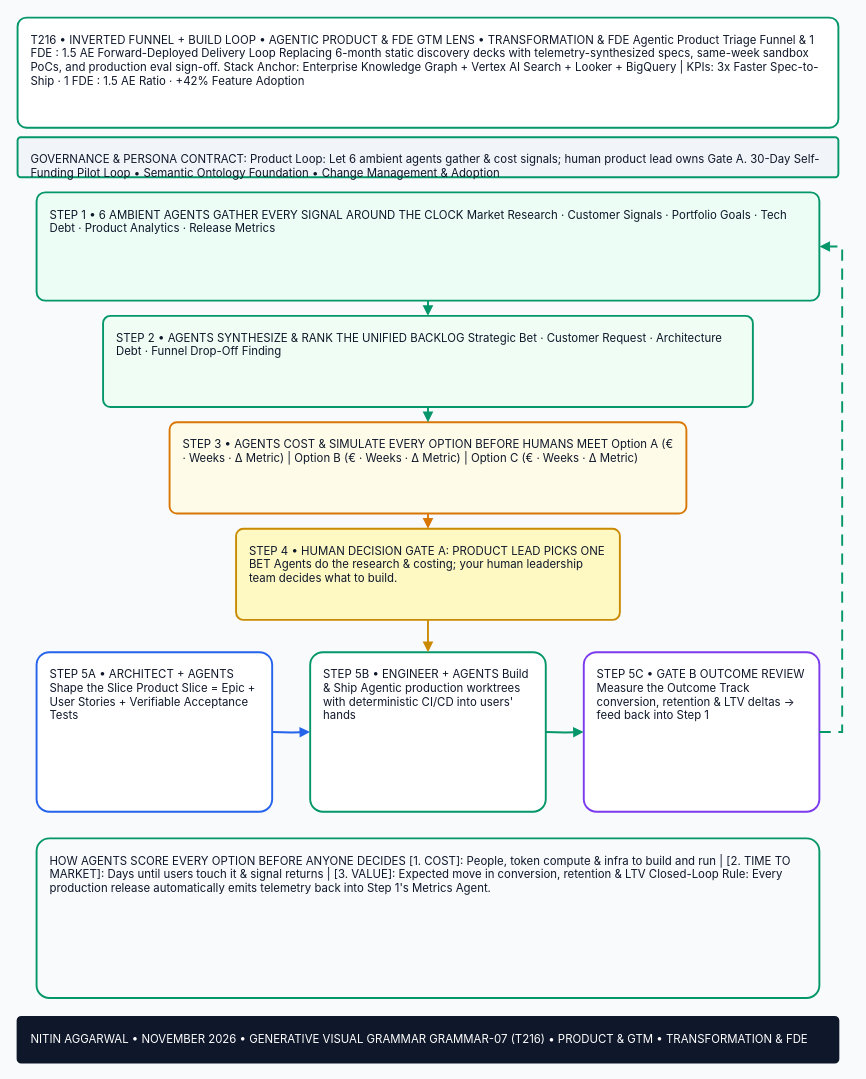
nitinaggarwal-12/ideas-mining keeps this draw.io diagram as assets/template-gallery/custom_generated/gap-cell-04.drawio. Above is the earlier version. Source tidied: cells renumbered, new cells numbered last; positions are measured from the earlier drawing's top-left corner, leaving out a move shared by most shapes. Both pictures are drawn from the tidied source at 95%, with x=0, y=0 at pixel (17, 17).
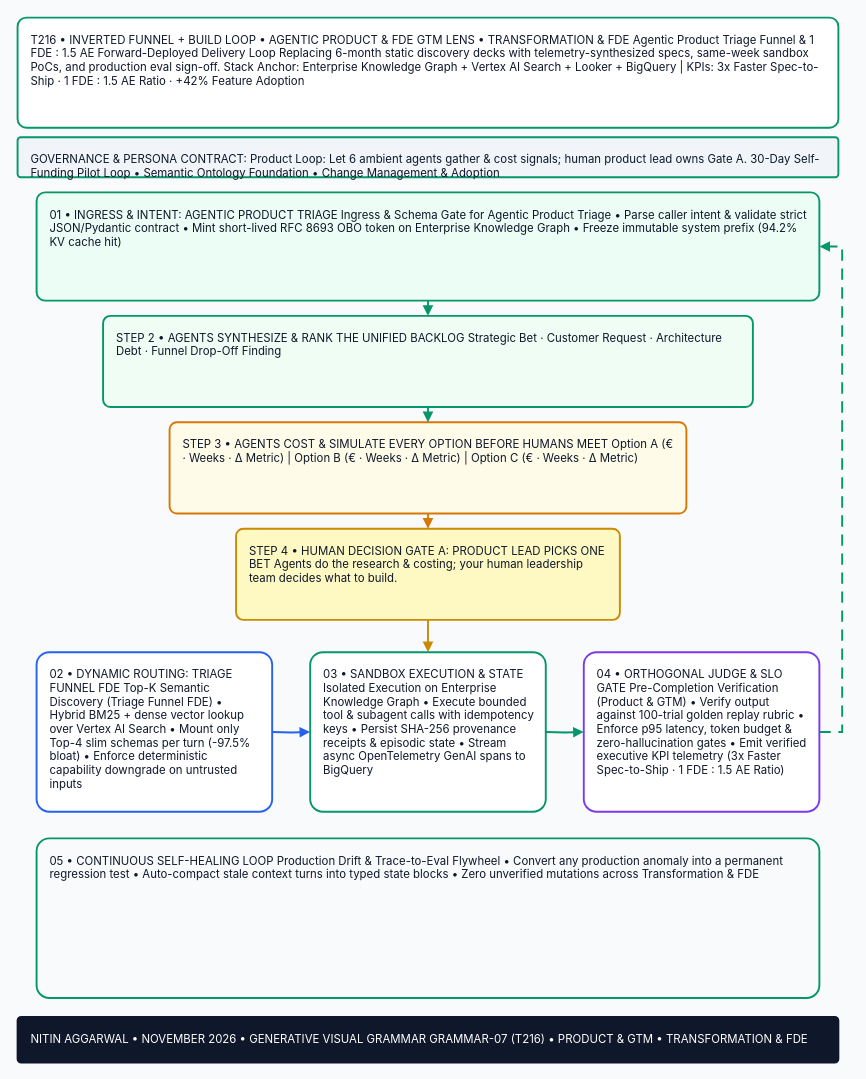
The same page after the edit.

Change to the diagram source:
```diff
@@
-    <mxCell id="4" value="STEP 1 • 6 AMBIENT AGENTS GATHER EVERY SIGNAL AROUND THE CLOCK Market Research · Customer Signals · Portfolio Goals · Tech Debt · Product Analytics · Release Metrics" style="rounded=1;whiteSpace=wrap;html=1;arcSize=8;fillColor=#ECFDF5;strokeColor=#059669;strokeWidth=2;fontColor=#0F172A;fontFamily=Inter,Helvetica,Arial,sans-serif;fontSize=12;align=left;verticalAlign=top;spacingLeft=12;spacingRight=12;spacingTop=10;spacingBottom=10;" parent="1" vertex="1">
+    <mxCell id="4" value="01 • INGRESS &amp; INTENT: AGENTIC PRODUCT TRIAGE Ingress &amp; Schema Gate for Agentic Product Triage • Parse caller intent &amp; validate strict JSON/Pydantic contract • Mint short-lived RFC 8693 OBO token on Enterprise Knowledge Graph • Freeze immutable system prefix (94.2% KV cache hit)" style="rounded=1;whiteSpace=wrap;html=1;arcSize=8;fillColor=#ECFDF5;strokeColor=#059669;strokeWidth=2;fontColor=#0F172A;fontFamily=Inter,Helvetica,Arial,sans-serif;fontSize=12;align=left;verticalAlign=top;spacingLeft=12;spacingRight=12;spacingTop=10;spacingBottom=10;" parent="1" vertex="1">
       <mxGeometry x="20" y="184" width="824" height="114" as="geometry" />
     </mxCell>
@@
-    <mxCell id="8" value="STEP 5A • ARCHITECT + AGENTS Shape the Slice Product Slice = Epic + User Stories + Verifiable Acceptance Tests" style="rounded=1;whiteSpace=wrap;html=1;arcSize=8;fillColor=#FFFFFF;strokeColor=#2563EB;strokeWidth=2;fontColor=#0F172A;fontFamily=Inter,Helvetica,Arial,sans-serif;fontSize=12;align=left;verticalAlign=top;spacingLeft=12;spacingRight=12;spacingTop=10;spacingBottom=10;" parent="1" vertex="1">
+    <mxCell id="8" value="02 • DYNAMIC ROUTING: TRIAGE FUNNEL FDE Top-K Semantic Discovery (Triage Funnel FDE) • Hybrid BM25 + dense vector lookup over Vertex AI Search • Mount only Top-4 slim schemas per turn (-97.5% bloat) • Enforce deterministic capability downgrade on untrusted inputs" style="rounded=1;whiteSpace=wrap;html=1;arcSize=8;fillColor=#FFFFFF;strokeColor=#2563EB;strokeWidth=2;fontColor=#0F172A;fontFamily=Inter,Helvetica,Arial,sans-serif;fontSize=12;align=left;verticalAlign=top;spacingLeft=12;spacingRight=12;spacingTop=10;spacingBottom=10;" parent="1" vertex="1">
       <mxGeometry x="20" y="668" width="248" height="168" as="geometry" />
     </mxCell>
-    <mxCell id="9" value="STEP 5B • ENGINEER + AGENTS Build &amp; Ship Agentic production worktrees with deterministic CI/CD into users' hands" style="rounded=1;whiteSpace=wrap;html=1;arcSize=8;fillColor=#FFFFFF;strokeColor=#059669;strokeWidth=2;fontColor=#0F172A;fontFamily=Inter,Helvetica,Arial,sans-serif;fontSize=12;align=left;verticalAlign=top;spacingLeft=12;spacingRight=12;spacingTop=10;spacingBottom=10;" parent="1" vertex="1">
+    <mxCell id="9" value="03 • SANDBOX EXECUTION &amp; STATE Isolated Execution on Enterprise Knowledge Graph • Execute bounded tool &amp; subagent calls with idempotency keys • Persist SHA-256 provenance receipts &amp; episodic state • Stream async OpenTelemetry GenAI spans to BigQuery" style="rounded=1;whiteSpace=wrap;html=1;arcSize=8;fillColor=#FFFFFF;strokeColor=#059669;strokeWidth=2;fontColor=#0F172A;fontFamily=Inter,Helvetica,Arial,sans-serif;fontSize=12;align=left;verticalAlign=top;spacingLeft=12;spacingRight=12;spacingTop=10;spacingBottom=10;" parent="1" vertex="1">
       <mxGeometry x="308" y="668" width="248" height="168" as="geometry" />
     </mxCell>
-    <mxCell id="10" value="STEP 5C • GATE B OUTCOME REVIEW Measure the Outcome Track conversion, retention &amp; LTV deltas -&gt; feed back into Step 1" style="rounded=1;whiteSpace=wrap;html=1;arcSize=8;fillColor=#FFFFFF;strokeColor=#7C3AED;strokeWidth=2;fontColor=#0F172A;fontFamily=Inter,Helvetica,Arial,sans-serif;fontSize=12;align=left;verticalAlign=top;spacingLeft=12;spacingRight=12;spacingTop=10;spacingBottom=10;" parent="1" vertex="1">
+    <mxCell id="10" value="04 • ORTHOGONAL JUDGE &amp; SLO GATE Pre-Completion Verification (Product &amp; GTM) • Verify output against 100-trial golden replay rubric • Enforce p95 latency, token budget &amp; zero-hallucination gates • Emit verified executive KPI telemetry (3x Faster Spec-to-Ship · 1 FDE : 1.5 AE Ratio)" style="rounded=1;whiteSpace=wrap;html=1;arcSize=8;fillColor=#FFFFFF;strokeColor=#7C3AED;strokeWidth=2;fontColor=#0F172A;fontFamily=Inter,Helvetica,Arial,sans-serif;fontSize=12;align=left;verticalAlign=top;spacingLeft=12;spacingRight=12;spacingTop=10;spacingBottom=10;" parent="1" vertex="1">
       <mxGeometry x="596" y="668" width="248" height="168" as="geometry" />
     </mxCell>
-    <mxCell id="11" value="HOW AGENTS SCORE EVERY OPTION BEFORE ANYONE DECIDES [1. COST]: People, token compute &amp; infra to build and run   |   [2. TIME TO MARKET]: Days until users touch it &amp; signal returns   |   [3. VALUE]: Expected move in conversion, retention &amp; LTV Closed-Loop Rule: Every production release automatically emits telemetry back into Step 1's Metrics Agent." style="rounded=1;whiteSpace=wrap;html=1;arcSize=8;fillColor=#F8FAFC;strokeColor=#059669;strokeWidth=2;fontColor=#0F172A;fontFamily=Inter,Helvetica,Arial,sans-serif;fontSize=12;align=left;verticalAlign=top;spacingLeft=12;spacingRight=12;spacingTop=10;spacingBottom=10;" parent="1" vertex="1">
+    <mxCell id="11" value="05 • CONTINUOUS SELF-HEALING LOOP Production Drift &amp; Trace-to-Eval Flywheel • Convert any production anomaly into a permanent regression test • Auto-compact stale context turns into typed state blocks • Zero unverified mutations across Transformation &amp; FDE" style="rounded=1;whiteSpace=wrap;html=1;arcSize=8;fillColor=#F8FAFC;strokeColor=#059669;strokeWidth=2;fontColor=#0F172A;fontFamily=Inter,Helvetica,Arial,sans-serif;fontSize=12;align=left;verticalAlign=top;spacingLeft=12;spacingRight=12;spacingTop=10;spacingBottom=10;" parent="1" vertex="1">
       <mxGeometry x="20" y="864" width="824" height="168" as="geometry" />
     </mxCell>
```
